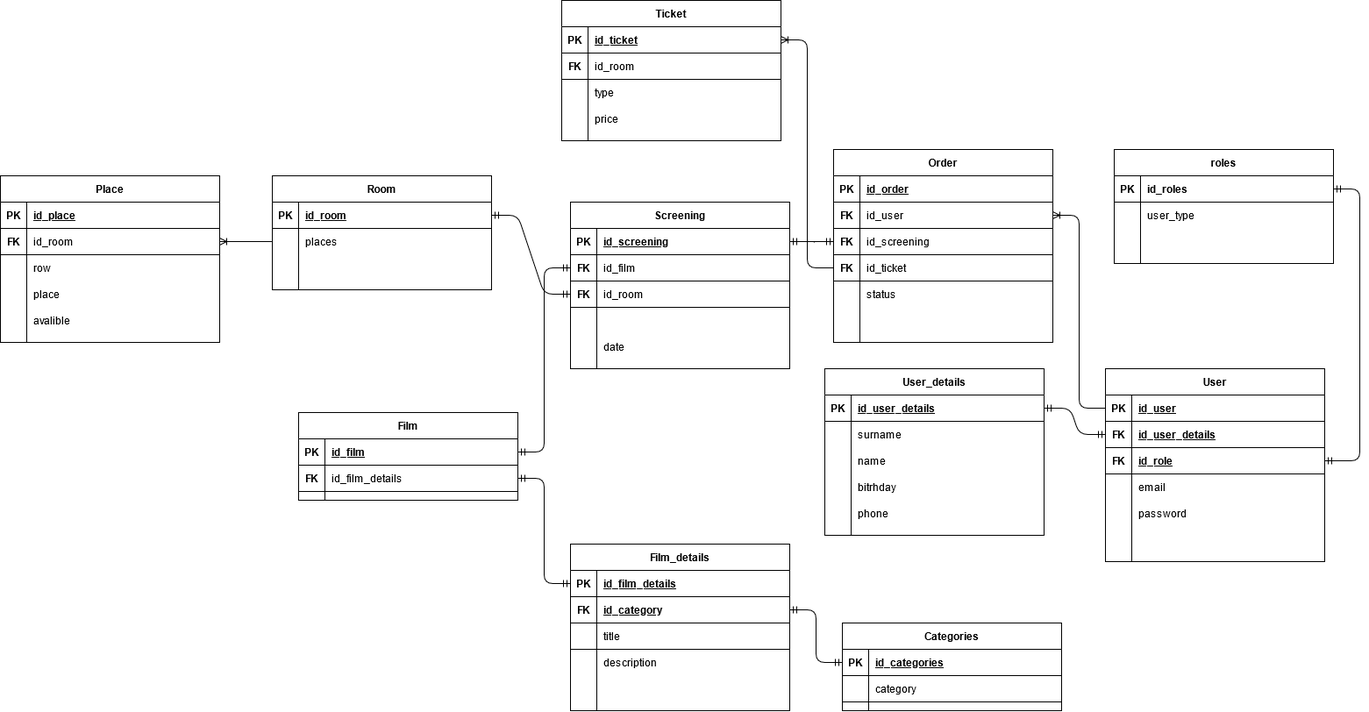
The draw.io diagram ERD Diagram.png in grzegorzpryjma99/Cinea-Backend, before a commit. Source tidied: cells renumbered, new cells last; positions are measured from the earlier drawing's top-left corner, leaving out a move shared by most shapes.
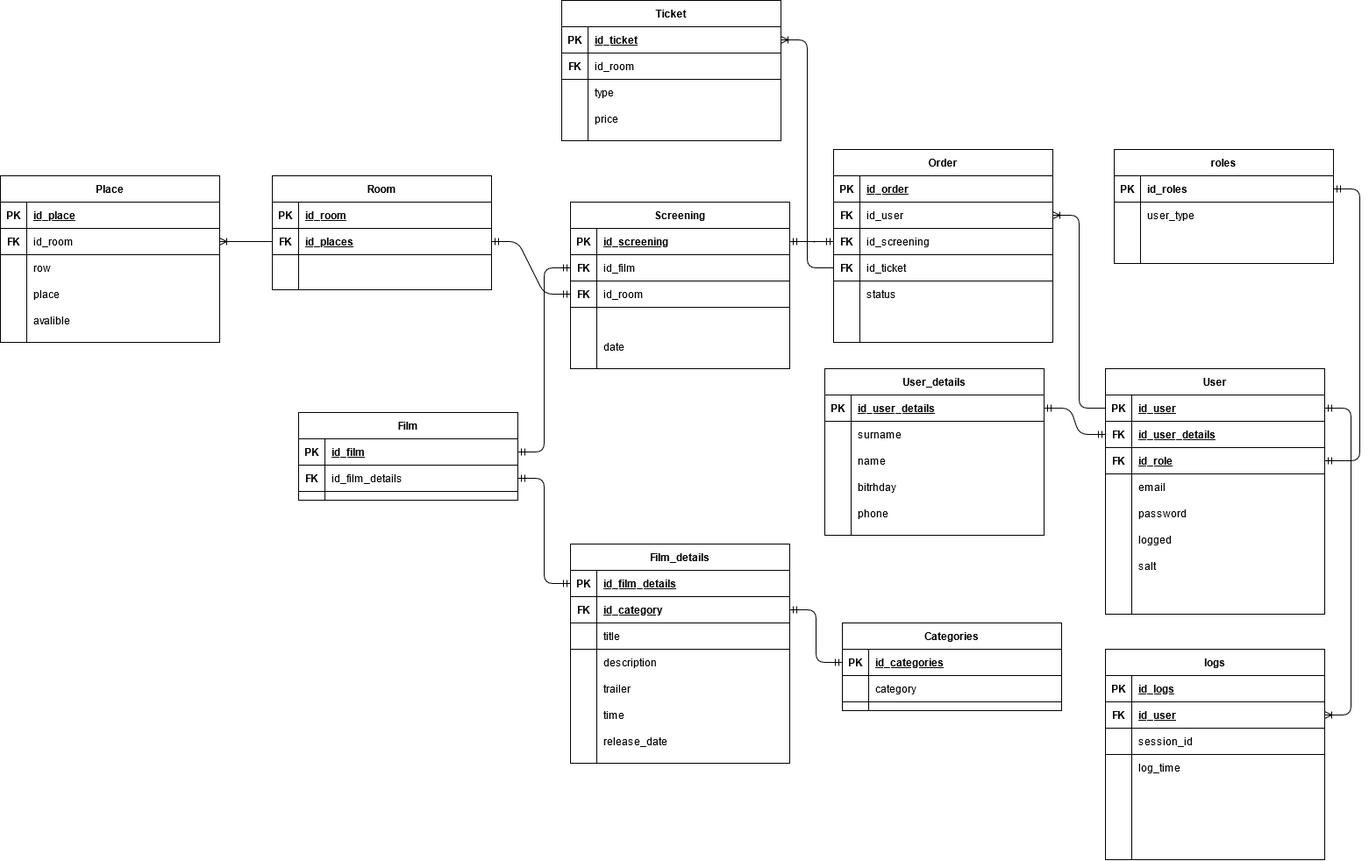
Later version of the same file.

Change to the diagram source:
```diff
@@ -33,7 +33,7 @@
       <mxGeometry x="30" width="220" height="30" as="geometry" />
     </mxCell>
     <mxCell id="12" value="User" style="shape=table;startSize=30;rowLines=0;fontStyle=1;align=center;" parent="1" vertex="1">
-      <mxGeometry x="1260" y="420" width="250" height="220" as="geometry" />
+      <mxGeometry x="1260" y="420" width="250" height="280" as="geometry" />
     </mxCell>
     <mxCell id="13" style="shape=partialRectangle;fillColor=none;points=[[0,0.5],[1,0.5]];portConstraint=eastwest;top=0;left=0;right=0;bottom=1;" parent="12" vertex="1">
       <mxGeometry y="30" width="250" height="30" as="geometry" />
@@ -80,8 +80,26 @@
     <mxCell id="27" value="password" style="shape=partialRectangle;overflow=hidden;fillColor=none;top=0;left=0;bottom=0;right=0;align=left;spacingLeft=6;" parent="25" vertex="1">
       <mxGeometry x="30" width="220" height="30" as="geometry" />
     </mxCell>
+    <mxCell id="161" style="shape=partialRectangle;fillColor=none;top=0;left=0;right=0;bottom=0;" parent="12" vertex="1">
+      <mxGeometry y="180" width="250" height="30" as="geometry" />
+    </mxCell>
+    <mxCell id="162" style="shape=partialRectangle;overflow=hidden;fillColor=none;top=0;left=0;bottom=0;right=0;fontStyle=1;" parent="161" vertex="1">
+      <mxGeometry width="30" height="30" as="geometry" />
+    </mxCell>
+    <mxCell id="163" value="logged" style="shape=partialRectangle;overflow=hidden;fillColor=none;top=0;left=0;bottom=0;right=0;align=left;spacingLeft=6;" parent="161" vertex="1">
+      <mxGeometry x="30" width="220" height="30" as="geometry" />
+    </mxCell>
+    <mxCell id="164" style="shape=partialRectangle;fillColor=none;top=0;left=0;right=0;bottom=0;" parent="12" vertex="1">
+      <mxGeometry y="210" width="250" height="30" as="geometry" />
+    </mxCell>
+    <mxCell id="165" style="shape=partialRectangle;overflow=hidden;fillColor=none;top=0;left=0;bottom=0;right=0;fontStyle=1;" parent="164" vertex="1">
+      <mxGeometry width="30" height="30" as="geometry" />
+    </mxCell>
+    <mxCell id="166" value="salt" style="shape=partialRectangle;overflow=hidden;fillColor=none;top=0;left=0;bottom=0;right=0;align=left;spacingLeft=6;" parent="164" vertex="1">
+      <mxGeometry x="30" width="220" height="30" as="geometry" />
+    </mxCell>
     <mxCell id="28" style="shape=partialRectangle;fillColor=none;top=0;left=0;right=0;bottom=0;" parent="12" vertex="1">
-      <mxGeometry y="180" width="250" height="30" as="geometry" />
+      <mxGeometry y="240" width="250" height="30" as="geometry" />
     </mxCell>
     <mxCell id="29" style="shape=partialRectangle;overflow=hidden;fillColor=none;top=0;left=0;bottom=0;right=0;fontStyle=1;" parent="28" vertex="1">
       <mxGeometry width="30" height="30" as="geometry" />
@@ -264,7 +282,7 @@
       <mxGeometry x="30" width="220" height="30" as="geometry" />
     </mxCell>
     <mxCell id="89" value="Film_details" style="shape=table;startSize=30;rowLines=0;fontStyle=1;align=center;" parent="1" vertex="1">
-      <mxGeometry x="650" y="620" width="250" height="190" as="geometry" />
+      <mxGeometry x="650" y="620" width="250" height="250" as="geometry" />
     </mxCell>
     <mxCell id="90" style="shape=partialRectangle;fillColor=none;points=[[0,0.5],[1,0.5]];portConstraint=eastwest;top=0;left=0;right=0;bottom=1;" parent="89" vertex="1">
       <mxGeometry y="30" width="250" height="30" as="geometry" />
@@ -293,45 +311,63 @@
     <mxCell id="98" value="title" style="shape=partialRectangle;overflow=hidden;fillColor=none;top=0;left=0;bottom=0;right=0;align=left;spacingLeft=6;fontStyle=0;" parent="96" vertex="1">
       <mxGeometry x="30" width="220" height="30" as="geometry" />
     </mxCell>
+    <mxCell id="167" style="shape=partialRectangle;fillColor=none;top=0;left=0;right=0;bottom=0;" parent="89" vertex="1">
+      <mxGeometry y="120" width="250" height="30" as="geometry" />
+    </mxCell>
+    <mxCell id="168" style="shape=partialRectangle;overflow=hidden;fillColor=none;top=0;left=0;bottom=0;right=0;fontStyle=1;" parent="167" vertex="1">
+      <mxGeometry width="30" height="30" as="geometry" />
+    </mxCell>
+    <mxCell id="169" value="description" style="shape=partialRectangle;overflow=hidden;fillColor=none;top=0;left=0;bottom=0;right=0;align=left;spacingLeft=6;" parent="167" vertex="1">
+      <mxGeometry x="30" width="220" height="30" as="geometry" />
+    </mxCell>
+    <mxCell id="170" style="shape=partialRectangle;fillColor=none;top=0;left=0;right=0;bottom=0;" parent="89" vertex="1">
+      <mxGeometry y="150" width="250" height="30" as="geometry" />
+    </mxCell>
+    <mxCell id="171" style="shape=partialRectangle;overflow=hidden;fillColor=none;top=0;left=0;bottom=0;right=0;fontStyle=1;" parent="170" vertex="1">
+      <mxGeometry width="30" height="30" as="geometry" />
+    </mxCell>
+    <mxCell id="172" value="trailer" style="shape=partialRectangle;overflow=hidden;fillColor=none;top=0;left=0;bottom=0;right=0;align=left;spacingLeft=6;" parent="170" vertex="1">
+      <mxGeometry x="30" width="220" height="30" as="geometry" />
+    </mxCell>
     <mxCell id="99" style="shape=partialRectangle;fillColor=none;top=0;left=0;right=0;bottom=0;" parent="89" vertex="1">
-      <mxGeometry y="120" width="250" height="30" as="geometry" />
+      <mxGeometry y="180" width="250" height="30" as="geometry" />
     </mxCell>
     <mxCell id="100" style="shape=partialRectangle;overflow=hidden;fillColor=none;top=0;left=0;bottom=0;right=0;fontStyle=1;" parent="99" vertex="1">
       <mxGeometry width="30" height="30" as="geometry" />
     </mxCell>
-    <mxCell id="101" value="description" style="shape=partialRectangle;overflow=hidden;fillColor=none;top=0;left=0;bottom=0;right=0;align=left;spacingLeft=6;" parent="99" vertex="1">
+    <mxCell id="101" value="time" style="shape=partialRectangle;overflow=hidden;fillColor=none;top=0;left=0;bottom=0;right=0;align=left;spacingLeft=6;" parent="99" vertex="1">
       <mxGeometry x="30" width="220" height="30" as="geometry" />
     </mxCell>
     <mxCell id="102" style="shape=partialRectangle;fillColor=none;top=0;left=0;right=0;bottom=0;" parent="89" vertex="1">
-      <mxGeometry y="150" width="250" height="30" as="geometry" />
+      <mxGeometry y="210" width="250" height="30" as="geometry" />
     </mxCell>
     <mxCell id="103" style="shape=partialRectangle;overflow=hidden;fillColor=none;top=0;left=0;bottom=0;right=0;fontStyle=1;" parent="102" vertex="1">
       <mxGeometry width="30" height="30" as="geometry" />
     </mxCell>
-    <mxCell id="104" style="shape=partialRectangle;overflow=hidden;fillColor=none;top=0;left=0;bottom=0;right=0;align=left;spacingLeft=6;" parent="102" vertex="1">
+    <mxCell id="104" value="release_date" style="shape=partialRectangle;overflow=hidden;fillColor=none;top=0;left=0;bottom=0;right=0;align=left;spacingLeft=6;" parent="102" vertex="1">
       <mxGeometry x="30" width="220" height="30" as="geometry" />
     </mxCell>
     <mxCell id="105" value="Room" style="shape=table;startSize=30;rowLines=0;fontStyle=1;align=center;" parent="1" vertex="1">
       <mxGeometry x="310" y="200" width="250" height="130" as="geometry" />
     </mxCell>
+    <mxCell id="173" style="shape=partialRectangle;fillColor=none;top=0;left=0;right=0;bottom=1;" parent="105" vertex="1">
+      <mxGeometry y="30" width="250" height="30" as="geometry" />
+    </mxCell>
+    <mxCell id="174" value="PK" style="shape=partialRectangle;overflow=hidden;fillColor=none;top=0;left=0;bottom=0;right=0;fontStyle=1;" parent="173" vertex="1">
+      <mxGeometry width="30" height="30" as="geometry" />
+    </mxCell>
+    <mxCell id="175" value="id_room" style="shape=partialRectangle;overflow=hidden;fillColor=none;top=0;left=0;bottom=0;right=0;align=left;spacingLeft=6;fontStyle=5;" parent="173" vertex="1">
+      <mxGeometry x="30" width="220" height="30" as="geometry" />
+    </mxCell>
     <mxCell id="106" style="shape=partialRectangle;fillColor=none;points=[[0,0.5],[1,0.5]];portConstraint=eastwest;top=0;left=0;right=0;bottom=1;" parent="105" vertex="1">
-      <mxGeometry y="30" width="250" height="30" as="geometry" />
+      <mxGeometry y="60" width="250" height="30" as="geometry" />
     </mxCell>
-    <mxCell id="107" value="PK" style="shape=partialRectangle;overflow=hidden;fillColor=none;top=0;left=0;bottom=0;right=0;fontStyle=1;" parent="106" vertex="1">
+    <mxCell id="107" value="FK" style="shape=partialRectangle;overflow=hidden;fillColor=none;top=0;left=0;bottom=0;right=0;fontStyle=1;" parent="106" vertex="1">
       <mxGeometry width="30" height="30" as="geometry" />
     </mxCell>
-    <mxCell id="108" value="id_room" style="shape=partialRectangle;overflow=hidden;fillColor=none;top=0;left=0;bottom=0;right=0;align=left;spacingLeft=6;fontStyle=5;" parent="106" vertex="1">
+    <mxCell id="108" value="id_places" style="shape=partialRectangle;overflow=hidden;fillColor=none;top=0;left=0;bottom=0;right=0;align=left;spacingLeft=6;fontStyle=5;" parent="106" vertex="1">
       <mxGeometry x="30" width="220" height="30" as="geometry" />
     </mxCell>
-    <mxCell id="109" style="shape=partialRectangle;fillColor=none;points=[[0,0.5],[1,0.5]];portConstraint=eastwest;top=0;left=0;right=0;bottom=0;" parent="105" vertex="1">
-      <mxGeometry y="60" width="250" height="30" as="geometry" />
-    </mxCell>
-    <mxCell id="110" style="shape=partialRectangle;overflow=hidden;fillColor=none;top=0;left=0;bottom=0;right=0;fontStyle=1;" parent="109" vertex="1">
-      <mxGeometry width="30" height="30" as="geometry" />
-    </mxCell>
-    <mxCell id="111" value="places" style="shape=partialRectangle;overflow=hidden;fillColor=none;top=0;left=0;bottom=0;right=0;align=left;spacingLeft=6;" parent="109" vertex="1">
-      <mxGeometry x="30" width="220" height="30" as="geometry" />
-    </mxCell>
     <mxCell id="112" style="shape=partialRectangle;fillColor=none;top=0;left=0;right=0;bottom=0;" parent="105" vertex="1">
       <mxGeometry y="90" width="250" height="30" as="geometry" />
     </mxCell>
@@ -451,7 +487,7 @@
     <mxCell id="150" style="edgeStyle=entityRelationEdgeStyle;fontSize=12;html=1;endArrow=ERmandOne;startArrow=ERmandOne;entryX=0;entryY=0.5;entryDx=0;entryDy=0;exitX=1;exitY=0.5;exitDx=0;exitDy=0;" parent="1" edge="1" source="106" target="73">
       <mxGeometry relative="1" as="geometry" />
     </mxCell>
-    <mxCell id="151" style="edgeStyle=entityRelationEdgeStyle;fontSize=12;html=1;endArrow=ERoneToMany;entryX=1;entryY=0.5;entryDx=0;entryDy=0;exitX=0;exitY=0.5;exitDx=0;exitDy=0;" parent="1" edge="1" source="109" target="132">
+    <mxCell id="151" style="edgeStyle=entityRelationEdgeStyle;fontSize=12;html=1;endArrow=ERoneToMany;entryX=1;entryY=0.5;entryDx=0;entryDy=0;exitX=0;exitY=0.5;exitDx=0;exitDy=0;" parent="1" edge="1" source="106" target="132">
       <mxGeometry relative="1" as="geometry" />
     </mxCell>
     <mxCell id="152" style="edgeStyle=entityRelationEdgeStyle;fontSize=12;html=1;endArrow=ERoneToMany;exitX=0;exitY=0.5;exitDx=0;exitDy=0;entryX=1;entryY=0.5;entryDx=0;entryDy=0;" parent="1" edge="1" source="57" target="116">
@@ -481,5 +517,74 @@
     <mxCell id="160" style="edgeStyle=entityRelationEdgeStyle;fontSize=12;html=1;endArrow=ERmandOne;startArrow=ERmandOne;entryX=0;entryY=0.5;entryDx=0;entryDy=0;exitX=1;exitY=0.5;exitDx=0;exitDy=0;" parent="1" edge="1" source="93" target="154">
       <mxGeometry relative="1" as="geometry" />
     </mxCell>
+    <mxCell id="176" value="logs" style="shape=table;startSize=30;rowLines=0;fontStyle=1;align=center;" parent="1" vertex="1">
+      <mxGeometry x="1260" y="740" width="250" height="240" as="geometry" />
+    </mxCell>
+    <mxCell id="177" style="shape=partialRectangle;fillColor=none;top=0;left=0;right=0;bottom=1;" parent="176" vertex="1">
+      <mxGeometry y="30" width="250" height="30" as="geometry" />
+    </mxCell>
+    <mxCell id="178" value="PK" style="shape=partialRectangle;overflow=hidden;fillColor=none;top=0;left=0;bottom=0;right=0;fontStyle=1;" parent="177" vertex="1">
+      <mxGeometry width="30" height="30" as="geometry" />
+    </mxCell>
+    <mxCell id="179" value="id_logs" style="shape=partialRectangle;overflow=hidden;fillColor=none;top=0;left=0;bottom=0;right=0;align=left;spacingLeft=6;fontStyle=5;" parent="177" vertex="1">
+      <mxGeometry x="30" width="220" height="30" as="geometry" />
+    </mxCell>
+    <mxCell id="180" style="shape=partialRectangle;fillColor=none;points=[[0,0.5],[1,0.5]];portConstraint=eastwest;top=0;left=0;right=0;bottom=1;" parent="176" vertex="1">
+      <mxGeometry y="60" width="250" height="30" as="geometry" />
+    </mxCell>
+    <mxCell id="181" value="FK" style="shape=partialRectangle;overflow=hidden;fillColor=none;top=0;left=0;bottom=0;right=0;fontStyle=1;" parent="180" vertex="1">
+      <mxGeometry width="30" height="30" as="geometry" />
+    </mxCell>
+    <mxCell id="182" value="id_user" style="shape=partialRectangle;overflow=hidden;fillColor=none;top=0;left=0;bottom=0;right=0;align=left;spacingLeft=6;fontStyle=5;" parent="180" vertex="1">
+      <mxGeometry x="30" width="220" height="30" as="geometry" />
+    </mxCell>
+    <mxCell id="183" style="shape=partialRectangle;fillColor=none;top=0;left=0;right=0;bottom=1;" parent="176" vertex="1">
+      <mxGeometry y="90" width="250" height="30" as="geometry" />
+    </mxCell>
+    <mxCell id="184" style="shape=partialRectangle;overflow=hidden;fillColor=none;top=0;left=0;bottom=0;right=0;fontStyle=1;" parent="183" vertex="1">
+      <mxGeometry width="30" height="30" as="geometry" />
+    </mxCell>
+    <mxCell id="185" value="session_id" style="shape=partialRectangle;overflow=hidden;fillColor=none;top=0;left=0;bottom=0;right=0;align=left;spacingLeft=6;fontStyle=0;" parent="183" vertex="1">
+      <mxGeometry x="30" width="220" height="30" as="geometry" />
+    </mxCell>
+    <mxCell id="186" style="shape=partialRectangle;fillColor=none;top=0;left=0;right=0;bottom=0;" parent="176" vertex="1">
+      <mxGeometry y="120" width="250" height="30" as="geometry" />
+    </mxCell>
+    <mxCell id="187" style="shape=partialRectangle;overflow=hidden;fillColor=none;top=0;left=0;bottom=0;right=0;fontStyle=1;" parent="186" vertex="1">
+      <mxGeometry width="30" height="30" as="geometry" />
+    </mxCell>
+    <mxCell id="188" value="log_time" style="shape=partialRectangle;overflow=hidden;fillColor=none;top=0;left=0;bottom=0;right=0;align=left;spacingLeft=6;" parent="186" vertex="1">
+      <mxGeometry x="30" width="220" height="30" as="geometry" />
+    </mxCell>
+    <mxCell id="189" style="shape=partialRectangle;fillColor=none;top=0;left=0;right=0;bottom=0;" parent="176" vertex="1">
+      <mxGeometry y="150" width="250" height="30" as="geometry" />
+    </mxCell>
+    <mxCell id="190" style="shape=partialRectangle;overflow=hidden;fillColor=none;top=0;left=0;bottom=0;right=0;fontStyle=1;" parent="189" vertex="1">
+      <mxGeometry width="30" height="30" as="geometry" />
+    </mxCell>
+    <mxCell id="191" style="shape=partialRectangle;overflow=hidden;fillColor=none;top=0;left=0;bottom=0;right=0;align=left;spacingLeft=6;" parent="189" vertex="1">
+      <mxGeometry x="30" width="220" height="30" as="geometry" />
+    </mxCell>
+    <mxCell id="192" style="shape=partialRectangle;fillColor=none;top=0;left=0;right=0;bottom=0;" parent="176" vertex="1">
+      <mxGeometry y="180" width="250" height="30" as="geometry" />
+    </mxCell>
+    <mxCell id="193" style="shape=partialRectangle;overflow=hidden;fillColor=none;top=0;left=0;bottom=0;right=0;fontStyle=1;" parent="192" vertex="1">
+      <mxGeometry width="30" height="30" as="geometry" />
+    </mxCell>
+    <mxCell id="194" style="shape=partialRectangle;overflow=hidden;fillColor=none;top=0;left=0;bottom=0;right=0;align=left;spacingLeft=6;" parent="192" vertex="1">
+      <mxGeometry x="30" width="220" height="30" as="geometry" />
+    </mxCell>
+    <mxCell id="195" style="shape=partialRectangle;fillColor=none;top=0;left=0;right=0;bottom=0;" parent="176" vertex="1">
+      <mxGeometry y="210" width="250" height="20" as="geometry" />
+    </mxCell>
+    <mxCell id="196" style="shape=partialRectangle;overflow=hidden;fillColor=none;top=0;left=0;bottom=0;right=0;fontStyle=1;" parent="195" vertex="1">
+      <mxGeometry width="30" height="20" as="geometry" />
+    </mxCell>
+    <mxCell id="197" style="shape=partialRectangle;overflow=hidden;fillColor=none;top=0;left=0;bottom=0;right=0;align=left;spacingLeft=6;" parent="195" vertex="1">
+      <mxGeometry x="30" width="220" height="20" as="geometry" />
+    </mxCell>
+    <mxCell id="198" style="edgeStyle=entityRelationEdgeStyle;fontSize=12;html=1;endArrow=ERoneToMany;startArrow=ERmandOne;exitX=1;exitY=0.5;exitDx=0;exitDy=0;entryX=1;entryY=0.5;entryDx=0;entryDy=0;" parent="1" edge="1" source="13" target="180">
+      <mxGeometry relative="1" as="geometry" />
+    </mxCell>
   </root>
 </mxGraphModel>
```
